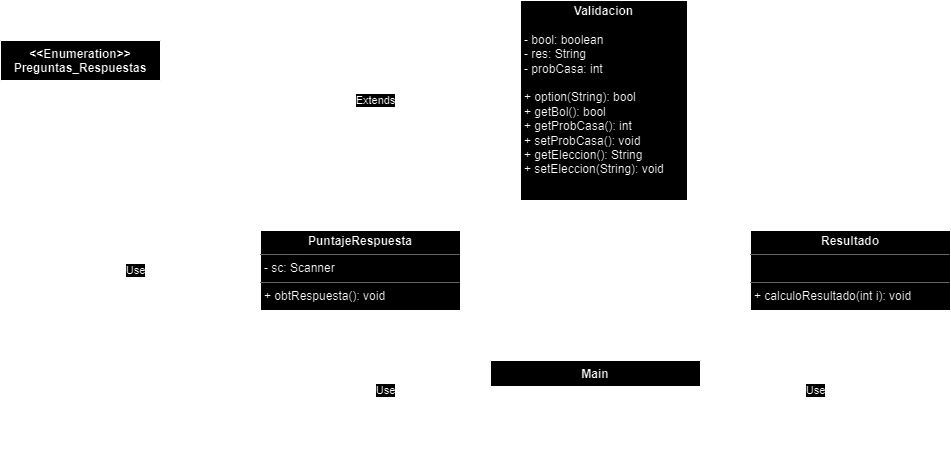
Earlier version of the draw.io export HarryPotter.drawio.png (JhonDairoC/HarryPotter). Source tidied: cells renumbered, new cells last; positions are measured from the earlier drawing's top-left corner, leaving out a move shared by most shapes.
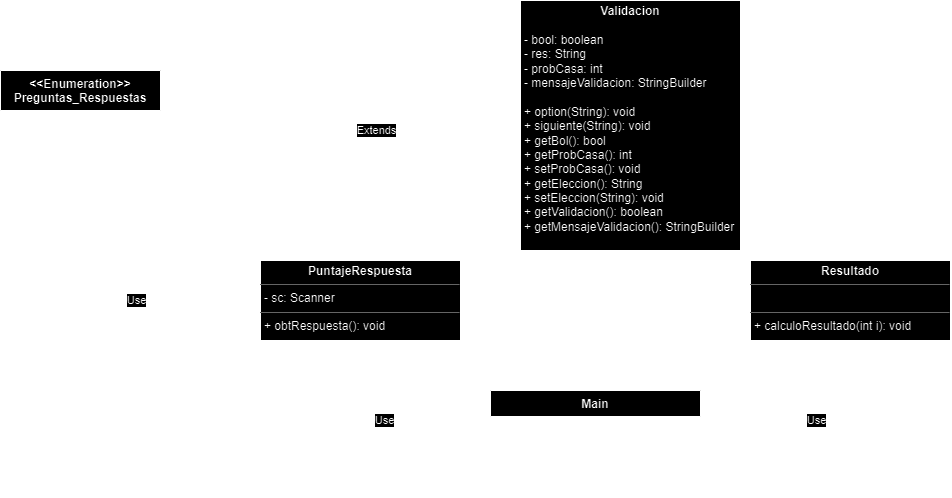
Above is the later version.

What changed in the source:
```diff
@@ -2,8 +2,8 @@
   <root>
     <mxCell id="0" />
     <mxCell id="1" parent="0" />
-    <mxCell id="2" value="&lt;p style=&quot;margin:0px;margin-top:4px;text-align:center;&quot;&gt;&lt;b&gt;Validacion&lt;/b&gt;&lt;/p&gt;&lt;p style=&quot;margin:0px;margin-left:4px;&quot;&gt;&lt;br&gt;&lt;/p&gt;&lt;p style=&quot;margin:0px;margin-left:4px;&quot;&gt;- bool: boolean&lt;br&gt;&lt;/p&gt;&lt;p style=&quot;margin:0px;margin-left:4px;&quot;&gt;- res: String&lt;br&gt;&lt;/p&gt;&lt;p style=&quot;margin:0px;margin-left:4px;&quot;&gt;- probCasa: int&lt;/p&gt;&lt;p style=&quot;margin:0px;margin-left:4px;&quot;&gt;&lt;br&gt;&lt;/p&gt;&lt;p style=&quot;margin:0px;margin-left:4px;&quot;&gt;+&amp;nbsp;option(String): bool&lt;/p&gt;&lt;p style=&quot;margin:0px;margin-left:4px;&quot;&gt;+&amp;nbsp;getBol(): bool&lt;/p&gt;&lt;p style=&quot;margin:0px;margin-left:4px;&quot;&gt;+ getProbCasa(): int&lt;/p&gt;&lt;p style=&quot;margin:0px;margin-left:4px;&quot;&gt;+ setProbCasa(): void&lt;/p&gt;&lt;p style=&quot;margin:0px;margin-left:4px;&quot;&gt;+&amp;nbsp;getEleccion(): String&lt;/p&gt;&lt;p style=&quot;margin:0px;margin-left:4px;&quot;&gt;+ setEleccion(String): void&lt;/p&gt;" style="verticalAlign=top;align=left;overflow=fill;html=1;whiteSpace=wrap;" parent="1" vertex="1">
-      <mxGeometry x="520" width="167" height="200" as="geometry" />
+    <mxCell id="2" value="&lt;p style=&quot;margin:0px;margin-top:4px;text-align:center;&quot;&gt;&lt;b&gt;Validacion&lt;/b&gt;&lt;/p&gt;&lt;p style=&quot;margin:0px;margin-left:4px;&quot;&gt;&lt;br&gt;&lt;/p&gt;&lt;p style=&quot;margin:0px;margin-left:4px;&quot;&gt;- bool: boolean&lt;br&gt;&lt;/p&gt;&lt;p style=&quot;margin:0px;margin-left:4px;&quot;&gt;- res: String&lt;br&gt;&lt;/p&gt;&lt;p style=&quot;margin:0px;margin-left:4px;&quot;&gt;- probCasa: int&lt;/p&gt;&lt;p style=&quot;margin:0px;margin-left:4px;&quot;&gt;-&amp;nbsp;mensajeValidacion: StringBuilder&lt;/p&gt;&lt;p style=&quot;margin:0px;margin-left:4px;&quot;&gt;&lt;br&gt;&lt;/p&gt;&lt;p style=&quot;margin:0px;margin-left:4px;&quot;&gt;+&amp;nbsp;option(String): void&lt;/p&gt;&lt;p style=&quot;margin:0px;margin-left:4px;&quot;&gt;+ siguiente(String): void&lt;/p&gt;&lt;p style=&quot;margin:0px;margin-left:4px;&quot;&gt;+&amp;nbsp;getBol(): bool&lt;/p&gt;&lt;p style=&quot;margin:0px;margin-left:4px;&quot;&gt;+ getProbCasa(): int&lt;/p&gt;&lt;p style=&quot;margin:0px;margin-left:4px;&quot;&gt;+ setProbCasa(): void&lt;/p&gt;&lt;p style=&quot;margin:0px;margin-left:4px;&quot;&gt;+&amp;nbsp;getEleccion(): String&lt;/p&gt;&lt;p style=&quot;margin:0px;margin-left:4px;&quot;&gt;+ setEleccion(String): void&lt;/p&gt;&lt;p style=&quot;margin:0px;margin-left:4px;&quot;&gt;+ getValidacion(): boolean&lt;/p&gt;&lt;p style=&quot;margin:0px;margin-left:4px;&quot;&gt;+&amp;nbsp;getMensajeValidacion(): StringBuilder&lt;/p&gt;" style="verticalAlign=top;align=left;overflow=fill;html=1;whiteSpace=wrap;" parent="1" vertex="1">
+      <mxGeometry x="520" y="-30" width="220" height="250" as="geometry" />
     </mxCell>
     <mxCell id="3" value="&lt;p style=&quot;margin:0px;margin-top:4px;text-align:center;&quot;&gt;&lt;b&gt;PuntajeRespuesta&lt;/b&gt;&lt;br&gt;&lt;/p&gt;&lt;hr size=&quot;1&quot;&gt;&lt;p style=&quot;margin:0px;margin-left:4px;&quot;&gt;- sc: Scanner&lt;/p&gt;&lt;hr size=&quot;1&quot;&gt;&lt;p style=&quot;margin:0px;margin-left:4px;&quot;&gt;&lt;span style=&quot;background-color: initial;&quot;&gt;+&amp;nbsp;&lt;/span&gt;obtRespuesta&lt;span style=&quot;background-color: initial;&quot;&gt;(): void&lt;/span&gt;&lt;/p&gt;" style="verticalAlign=top;align=left;overflow=fill;html=1;whiteSpace=wrap;" parent="1" vertex="1">
       <mxGeometry x="260" y="230" width="200" height="80" as="geometry" />
```
